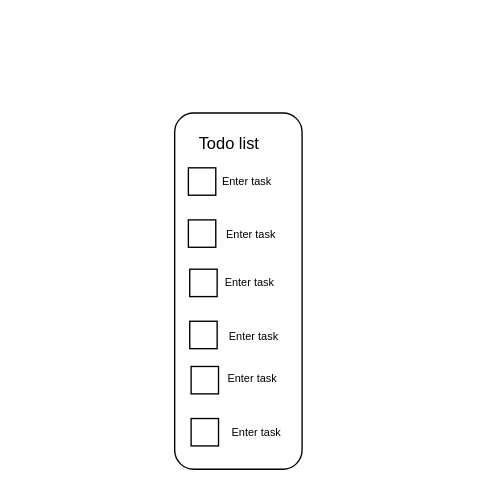
Above: todo.drawio in MAL-12DGT-2025/create-a-todo-list-using-tkinter-oa22010 (draw.io), before the change. Source tidied: cells renumbered, new cells numbered last; positions are measured from the earlier drawing's top-left corner, leaving out a move shared by most shapes. Both pictures are drawn from the tidied source at 137%, with x=0, y=0 at pixel (174, 112).
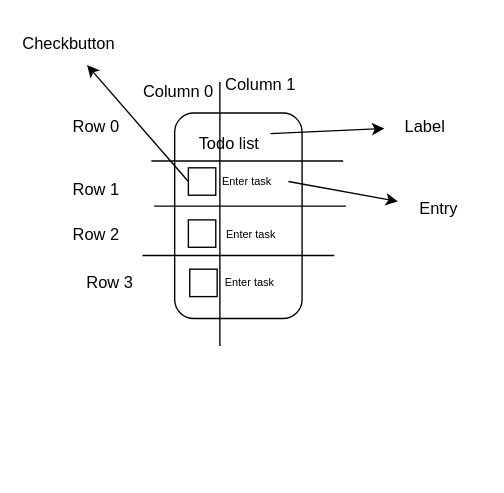
After the change.

Commit message (it also covers changes not shown here):
Completed base design and code

The change refers to these unchanged cells:
```xml
<mxCell id="3" style="rounded=0;whiteSpace=wrap;html=1;align=center;" parent="1" vertex="1">
  <mxGeometry x="10" y="40" width="20" height="20" as="geometry" />
</mxCell>
<mxCell id="9" value="Todo list" style="text;html=1;align=center;verticalAlign=middle;whiteSpace=wrap;rounded=0;" parent="1" vertex="1">
  <mxGeometry x="10" y="7.5" width="60" height="30" as="geometry" />
</mxCell>
<mxCell id="10" value="Enter task" style="text;html=1;align=center;verticalAlign=middle;whiteSpace=wrap;rounded=0;fontSize=8;" parent="1" vertex="1">
  <mxGeometry x="23" y="35" width="60" height="30" as="geometry" />
</mxCell>
```

Change to the diagram source:
```diff
@@
     <mxCell id="2" style="rounded=1;whiteSpace=wrap;html=1;" parent="1" vertex="1">
-      <mxGeometry width="93" height="260" as="geometry" />
+      <mxGeometry width="93" height="150" as="geometry" />
     </mxCell>
+    <mxCell id="16" style="edgeStyle=none;html=1;exitX=0;exitY=0.5;exitDx=0;exitDy=0;" parent="1" edge="1" source="3" target="25">
+      <mxGeometry relative="1" as="geometry" />
+    </mxCell>
@@
-    <mxCell id="6" style="rounded=0;whiteSpace=wrap;html=1;align=center;" parent="1" vertex="1">
-      <mxGeometry x="11" y="152" width="20" height="20" as="geometry" />
-    </mxCell>
-    <mxCell id="7" style="rounded=0;whiteSpace=wrap;html=1;align=center;" parent="1" vertex="1">
-      <mxGeometry x="12" y="185" width="20" height="20" as="geometry" />
-    </mxCell>
-    <mxCell id="8" style="rounded=0;whiteSpace=wrap;html=1;align=center;" parent="1" vertex="1">
-      <mxGeometry x="12" y="223" width="20" height="20" as="geometry" />
-    </mxCell>
+    <mxCell id="17" style="edgeStyle=none;html=1;exitX=1;exitY=0.25;exitDx=0;exitDy=0;" parent="1" edge="1" source="9" target="23">
+      <mxGeometry relative="1" as="geometry" />
+    </mxCell>
@@
+    <mxCell id="18" style="edgeStyle=none;html=1;exitX=1;exitY=0.5;exitDx=0;exitDy=0;" parent="1" edge="1" source="10" target="24">
+      <mxGeometry relative="1" as="geometry" />
+    </mxCell>
@@
-    <mxCell id="13" value="Enter task" style="text;html=1;align=center;verticalAlign=middle;whiteSpace=wrap;rounded=0;fontSize=8;" parent="1" vertex="1">
-      <mxGeometry x="28" y="148" width="60" height="30" as="geometry" />
-    </mxCell>
-    <mxCell id="14" value="Enter task" style="text;html=1;align=center;verticalAlign=middle;whiteSpace=wrap;rounded=0;fontSize=8;" parent="1" vertex="1">
-      <mxGeometry x="27" y="179" width="60" height="30" as="geometry" />
-    </mxCell>
-    <mxCell id="15" value="Enter task" style="text;html=1;align=center;verticalAlign=middle;whiteSpace=wrap;rounded=0;fontSize=8;" parent="1" vertex="1">
-      <mxGeometry x="30" y="218" width="60" height="30" as="geometry" />
-    </mxCell>
+    <mxCell id="19" style="endArrow=none;html=1;" parent="1" edge="1">
+      <mxGeometry relative="1" as="geometry">
+        <mxPoint x="-17" y="35" as="sourcePoint" />
+        <mxPoint x="123" y="35" as="targetPoint" />
+      </mxGeometry>
+    </mxCell>
+    <mxCell id="20" style="endArrow=none;html=1;" parent="1" edge="1">
+      <mxGeometry relative="1" as="geometry">
+        <mxPoint x="-15" y="68" as="sourcePoint" />
+        <mxPoint x="125" y="68" as="targetPoint" />
+      </mxGeometry>
+    </mxCell>
+    <mxCell id="21" style="endArrow=none;html=1;" parent="1" edge="1">
+      <mxGeometry relative="1" as="geometry">
+        <mxPoint x="-23.5" y="104" as="sourcePoint" />
+        <mxPoint x="116.5" y="104" as="targetPoint" />
+      </mxGeometry>
+    </mxCell>
+    <mxCell id="22" style="endArrow=none;html=1;" parent="1" edge="1">
+      <mxGeometry relative="1" as="geometry">
+        <mxPoint x="33" y="170" as="sourcePoint" />
+        <mxPoint x="33" y="-22.7" as="targetPoint" />
+      </mxGeometry>
+    </mxCell>
+    <mxCell id="23" value="Label" style="text;html=1;align=center;verticalAlign=middle;whiteSpace=wrap;rounded=0;" parent="1" vertex="1">
+      <mxGeometry x="153" y="-5" width="60" height="30" as="geometry" />
+    </mxCell>
+    <mxCell id="24" value="Entry" style="text;html=1;align=center;verticalAlign=middle;whiteSpace=wrap;rounded=0;" parent="1" vertex="1">
+      <mxGeometry x="163" y="55" width="60" height="30" as="geometry" />
+    </mxCell>
+    <mxCell id="25" value="Checkbutton" style="text;html=1;align=center;verticalAlign=middle;whiteSpace=wrap;rounded=0;" parent="1" vertex="1">
+      <mxGeometry x="-107" y="-65" width="60" height="30" as="geometry" />
+    </mxCell>
+    <mxCell id="26" value="Row 0" style="text;html=1;align=center;verticalAlign=middle;whiteSpace=wrap;rounded=0;" parent="1" vertex="1">
+      <mxGeometry x="-87" y="-5" width="60" height="30" as="geometry" />
+    </mxCell>
+    <mxCell id="27" value="Row 1" style="text;html=1;align=center;verticalAlign=middle;whiteSpace=wrap;rounded=0;" parent="1" vertex="1">
+      <mxGeometry x="-87" y="40" width="60" height="31" as="geometry" />
+    </mxCell>
+    <mxCell id="28" value="Row 2" style="text;html=1;align=center;verticalAlign=middle;whiteSpace=wrap;rounded=0;" parent="1" vertex="1">
+      <mxGeometry x="-87" y="74" width="60" height="30" as="geometry" />
+    </mxCell>
+    <mxCell id="29" value="Row 3" style="text;html=1;align=center;verticalAlign=middle;whiteSpace=wrap;rounded=0;" parent="1" vertex="1">
+      <mxGeometry x="-77" y="109" width="60" height="30" as="geometry" />
+    </mxCell>
+    <mxCell id="30" value="Column 0" style="text;html=1;align=center;verticalAlign=middle;whiteSpace=wrap;rounded=0;" parent="1" vertex="1">
+      <mxGeometry x="-27" y="-30" width="60" height="30" as="geometry" />
+    </mxCell>
+    <mxCell id="31" value="Column 1" style="text;html=1;align=center;verticalAlign=middle;whiteSpace=wrap;rounded=0;" parent="1" vertex="1">
+      <mxGeometry x="33" y="-35" width="60" height="30" as="geometry" />
+    </mxCell>
```
